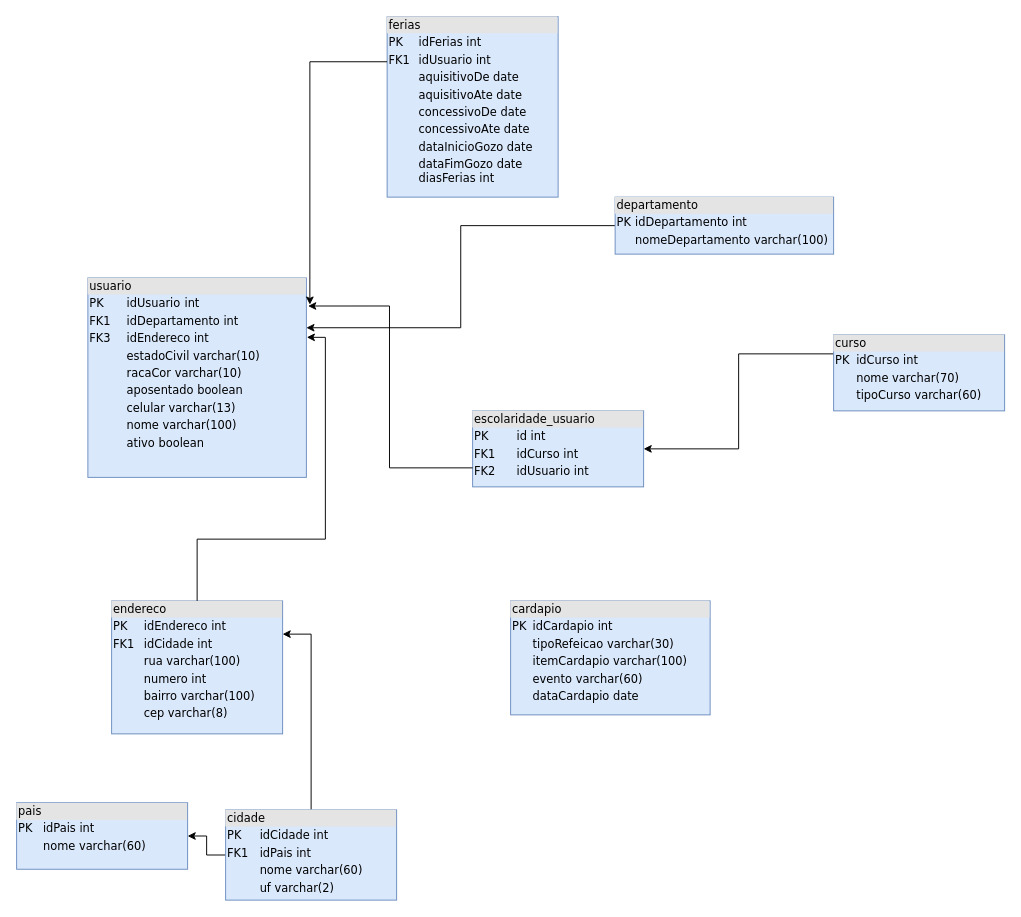
The draw.io diagram Diagrama sem nome.drawio in dominguesVini/HubGest, before the edit. Source tidied: cells renumbered, new cells numbered last; positions are measured from the earlier drawing's top-left corner, leaving out a move shared by most shapes. Both pictures are drawn from the tidied source at 95%, with x=0, y=0 at pixel (16, 16).
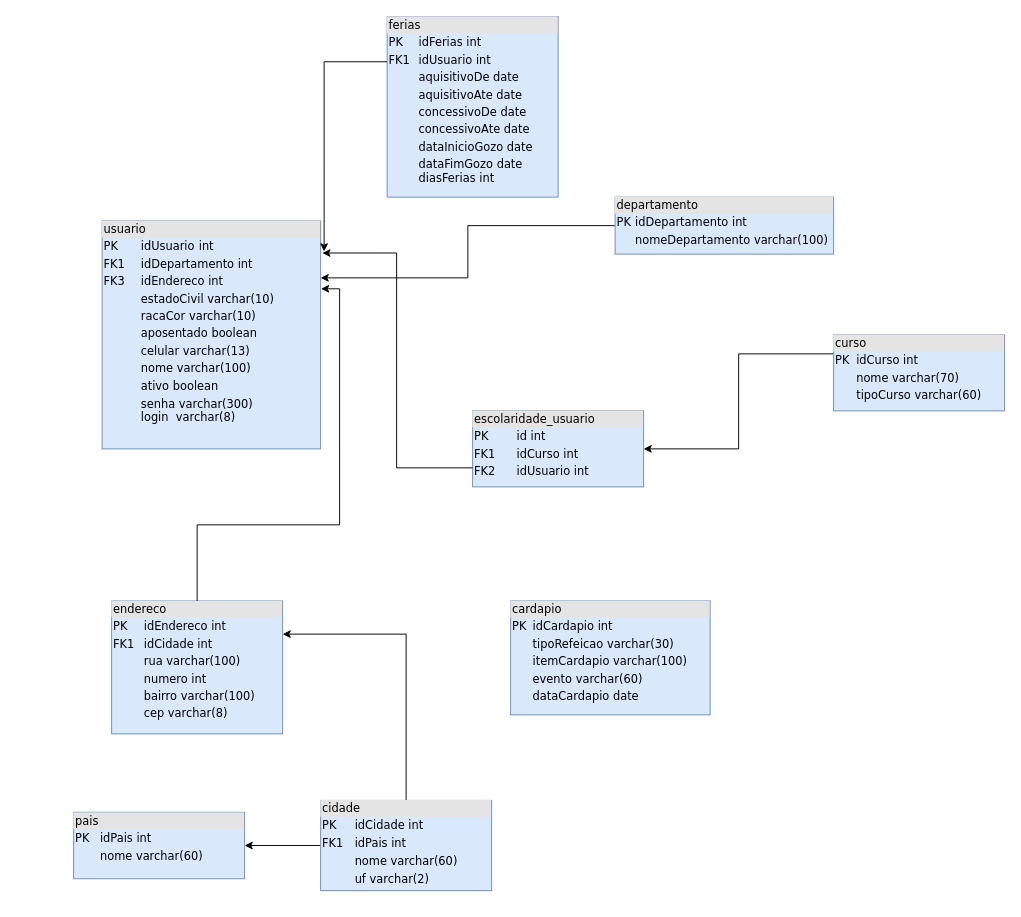
After the change.

What changed in the source:
```diff
@@
 <mxGraphModel>
   <root>
     <mxCell id="0" />
     <mxCell id="1" parent="0" />
-    <mxCell id="2" value="&lt;div style=&quot;box-sizing:border-box;width:100%;background:#e4e4e4;padding:2px;&quot;&gt;usuario&lt;/div&gt;&lt;table style=&quot;width:100%;font-size:1em;&quot; cellpadding=&quot;2&quot; cellspacing=&quot;0&quot;&gt;&lt;tbody&gt;&lt;tr&gt;&lt;td&gt;PK&lt;/td&gt;&lt;td&gt;&lt;br&gt;&lt;/td&gt;&lt;td&gt;idUsuario&lt;span style=&quot;white-space: pre;&quot;&gt;&#9;&lt;/span&gt;int&lt;/td&gt;&lt;td&gt;&lt;br&gt;&lt;/td&gt;&lt;/tr&gt;&lt;tr&gt;&lt;td&gt;FK1&lt;/td&gt;&lt;td&gt;&lt;br&gt;&lt;/td&gt;&lt;td&gt;idDepartamento int&lt;/td&gt;&lt;td&gt;&lt;br&gt;&lt;/td&gt;&lt;/tr&gt;&lt;tr&gt;&lt;td&gt;FK3&lt;/td&gt;&lt;td&gt;&lt;br&gt;&lt;/td&gt;&lt;td&gt;idEndereco int&lt;/td&gt;&lt;td&gt;&lt;br&gt;&lt;/td&gt;&lt;/tr&gt;&lt;tr&gt;&lt;td&gt;&amp;nbsp;&amp;nbsp;&lt;/td&gt;&lt;td&gt;&lt;br&gt;&lt;/td&gt;&lt;td&gt;estadoCivil varchar(10)&lt;/td&gt;&lt;td&gt;&lt;br&gt;&lt;/td&gt;&lt;/tr&gt;&lt;tr&gt;&lt;td&gt;&lt;br&gt;&lt;/td&gt;&lt;td&gt;&lt;br&gt;&lt;/td&gt;&lt;td&gt;racaCor varchar(10)&lt;/td&gt;&lt;td&gt;&lt;br&gt;&lt;/td&gt;&lt;/tr&gt;&lt;tr&gt;&lt;td&gt;&lt;br&gt;&lt;/td&gt;&lt;td&gt;&lt;br&gt;&lt;/td&gt;&lt;td&gt;aposentado boolean&lt;/td&gt;&lt;td&gt;&lt;br&gt;&lt;/td&gt;&lt;/tr&gt;&lt;tr&gt;&lt;td&gt;&lt;br&gt;&lt;/td&gt;&lt;td&gt;&lt;br&gt;&lt;/td&gt;&lt;td&gt;celular varchar(13)&lt;/td&gt;&lt;td&gt;&lt;br&gt;&lt;/td&gt;&lt;/tr&gt;&lt;tr&gt;&lt;td&gt;&lt;br&gt;&lt;/td&gt;&lt;td&gt;&lt;br&gt;&lt;/td&gt;&lt;td&gt;nome varchar(100)&lt;/td&gt;&lt;td&gt;&lt;br&gt;&lt;/td&gt;&lt;/tr&gt;&lt;tr&gt;&lt;td&gt;&lt;br&gt;&lt;/td&gt;&lt;td&gt;&lt;br&gt;&lt;/td&gt;&lt;td&gt;ativo boolean&lt;/td&gt;&lt;td&gt;&lt;br&gt;&lt;/td&gt;&lt;/tr&gt;&lt;/tbody&gt;&lt;/table&gt;" style="verticalAlign=top;align=left;overflow=fill;html=1;rounded=0;shadow=0;comic=0;labelBackgroundColor=none;strokeWidth=1;fontFamily=Verdana;fontSize=12;fillColor=#dae8fc;strokeColor=#6c8ebf;" parent="1" vertex="1">
-      <mxGeometry x="75" y="275" width="230" height="210" as="geometry" />
+    <mxCell id="2" value="&lt;div style=&quot;box-sizing:border-box;width:100%;background:#e4e4e4;padding:2px;&quot;&gt;usuario&lt;/div&gt;&lt;table style=&quot;width:100%;font-size:1em;&quot; cellpadding=&quot;2&quot; cellspacing=&quot;0&quot;&gt;&lt;tbody&gt;&lt;tr&gt;&lt;td&gt;PK&lt;/td&gt;&lt;td&gt;&lt;br&gt;&lt;/td&gt;&lt;td&gt;idUsuario&lt;span style=&quot;white-space: pre;&quot;&gt;&#9;&lt;/span&gt;int&lt;/td&gt;&lt;td&gt;&lt;br&gt;&lt;/td&gt;&lt;/tr&gt;&lt;tr&gt;&lt;td&gt;FK1&lt;/td&gt;&lt;td&gt;&lt;br&gt;&lt;/td&gt;&lt;td&gt;idDepartamento int&lt;/td&gt;&lt;td&gt;&lt;br&gt;&lt;/td&gt;&lt;/tr&gt;&lt;tr&gt;&lt;td&gt;FK3&lt;/td&gt;&lt;td&gt;&lt;br&gt;&lt;/td&gt;&lt;td&gt;idEndereco int&lt;/td&gt;&lt;td&gt;&lt;br&gt;&lt;/td&gt;&lt;/tr&gt;&lt;tr&gt;&lt;td&gt;&amp;nbsp;&amp;nbsp;&lt;/td&gt;&lt;td&gt;&lt;br&gt;&lt;/td&gt;&lt;td&gt;estadoCivil varchar(10)&lt;/td&gt;&lt;td&gt;&lt;br&gt;&lt;/td&gt;&lt;/tr&gt;&lt;tr&gt;&lt;td&gt;&lt;br&gt;&lt;/td&gt;&lt;td&gt;&lt;br&gt;&lt;/td&gt;&lt;td&gt;racaCor varchar(10)&lt;/td&gt;&lt;td&gt;&lt;br&gt;&lt;/td&gt;&lt;/tr&gt;&lt;tr&gt;&lt;td&gt;&lt;br&gt;&lt;/td&gt;&lt;td&gt;&lt;br&gt;&lt;/td&gt;&lt;td&gt;aposentado boolean&lt;/td&gt;&lt;td&gt;&lt;br&gt;&lt;/td&gt;&lt;/tr&gt;&lt;tr&gt;&lt;td&gt;&lt;br&gt;&lt;/td&gt;&lt;td&gt;&lt;br&gt;&lt;/td&gt;&lt;td&gt;celular varchar(13)&lt;/td&gt;&lt;td&gt;&lt;br&gt;&lt;/td&gt;&lt;/tr&gt;&lt;tr&gt;&lt;td&gt;&lt;br&gt;&lt;/td&gt;&lt;td&gt;&lt;br&gt;&lt;/td&gt;&lt;td&gt;nome varchar(100)&lt;/td&gt;&lt;td&gt;&lt;br&gt;&lt;/td&gt;&lt;/tr&gt;&lt;tr&gt;&lt;td&gt;&lt;br&gt;&lt;/td&gt;&lt;td&gt;&lt;br&gt;&lt;/td&gt;&lt;td&gt;ativo boolean&lt;/td&gt;&lt;td&gt;&lt;br&gt;&lt;/td&gt;&lt;/tr&gt;&lt;tr&gt;&lt;td&gt;&lt;br&gt;&lt;/td&gt;&lt;td&gt;&lt;br&gt;&lt;/td&gt;&lt;td&gt;senha varchar(300)&lt;br&gt;login&amp;nbsp; varchar(8)&lt;/td&gt;&lt;td&gt;&lt;br&gt;&lt;/td&gt;&lt;/tr&gt;&lt;tr&gt;&lt;td&gt;&lt;br&gt;&lt;/td&gt;&lt;td&gt;&lt;br&gt;&lt;/td&gt;&lt;td&gt;&lt;br&gt;&lt;/td&gt;&lt;td&gt;&lt;br&gt;&lt;/td&gt;&lt;/tr&gt;&lt;/tbody&gt;&lt;/table&gt;" style="verticalAlign=top;align=left;overflow=fill;html=1;rounded=0;shadow=0;comic=0;labelBackgroundColor=none;strokeWidth=1;fontFamily=Verdana;fontSize=12;fillColor=#dae8fc;strokeColor=#6c8ebf;" parent="1" vertex="1">
+      <mxGeometry x="90" y="215" width="230" height="240" as="geometry" />
     </mxCell>
     <mxCell id="3" value="&lt;div style=&quot;box-sizing: border-box ; width: 100% ; background: #e4e4e4 ; padding: 2px&quot;&gt;endereco&lt;/div&gt;&lt;table style=&quot;width: 100% ; font-size: 1em&quot; cellpadding=&quot;2&quot; cellspacing=&quot;0&quot;&gt;&lt;tbody&gt;&lt;tr&gt;&lt;td&gt;PK&lt;/td&gt;&lt;td&gt;idEndereco int&lt;/td&gt;&lt;/tr&gt;&lt;tr&gt;&lt;td&gt;FK1&lt;/td&gt;&lt;td&gt;idCidade int&lt;/td&gt;&lt;/tr&gt;&lt;tr&gt;&lt;td&gt;&lt;br&gt;&lt;/td&gt;&lt;td&gt;rua varchar(100)&lt;/td&gt;&lt;/tr&gt;&lt;tr&gt;&lt;td&gt;&lt;/td&gt;&lt;td&gt;numero int&lt;/td&gt;&lt;/tr&gt;&lt;tr&gt;&lt;td&gt;&lt;br&gt;&lt;/td&gt;&lt;td&gt;bairro varchar(100)&lt;br&gt;&lt;/td&gt;&lt;/tr&gt;&lt;tr&gt;&lt;td&gt;&lt;br&gt;&lt;/td&gt;&lt;td&gt;cep varchar(8)&lt;/td&gt;&lt;/tr&gt;&lt;tr&gt;&lt;td&gt;&lt;br&gt;&lt;/td&gt;&lt;td&gt;&lt;br&gt;&lt;/td&gt;&lt;/tr&gt;&lt;/tbody&gt;&lt;/table&gt;" style="verticalAlign=top;align=left;overflow=fill;html=1;rounded=0;shadow=0;comic=0;labelBackgroundColor=none;strokeWidth=1;fontFamily=Verdana;fontSize=12;fillColor=#dae8fc;strokeColor=#6c8ebf;" parent="1" vertex="1">
       <mxGeometry x="100" y="615" width="180" height="140" as="geometry" />
     </mxCell>
     <mxCell id="4" style="edgeStyle=orthogonalEdgeStyle;rounded=0;jettySize=auto;html=1;exitX=0;exitY=0.5;exitDx=0;exitDy=0;entryX=1;entryY=0.25;entryDx=0;entryDy=0;" parent="1" edge="1" source="5" target="2">
       <mxGeometry relative="1" as="geometry" />
     </mxCell>
     <mxCell id="5" value="&lt;div style=&quot;box-sizing: border-box ; width: 100% ; background: #e4e4e4 ; padding: 2px&quot;&gt;departamento&lt;/div&gt;&lt;table style=&quot;width: 100% ; font-size: 1em&quot; cellpadding=&quot;2&quot; cellspacing=&quot;0&quot;&gt;&lt;tbody&gt;&lt;tr&gt;&lt;td&gt;PK&lt;/td&gt;&lt;td&gt;idDepartamento int&lt;/td&gt;&lt;/tr&gt;&lt;tr&gt;&lt;td&gt;&lt;br&gt;&lt;/td&gt;&lt;td&gt;nomeDepartamento varchar(100)&lt;br&gt;&lt;/td&gt;&lt;/tr&gt;&lt;/tbody&gt;&lt;/table&gt;" style="verticalAlign=top;align=left;overflow=fill;html=1;rounded=0;shadow=0;comic=0;labelBackgroundColor=none;strokeWidth=1;fontFamily=Verdana;fontSize=12;fillColor=#dae8fc;strokeColor=#6c8ebf;" parent="1" vertex="1">
       <mxGeometry x="630" y="190" width="230" height="60" as="geometry" />
     </mxCell>
     <mxCell id="6" value="&lt;div style=&quot;box-sizing: border-box ; width: 100% ; background: #e4e4e4 ; padding: 2px&quot;&gt;ferias&lt;/div&gt;&lt;table style=&quot;width: 100% ; font-size: 1em&quot; cellpadding=&quot;2&quot; cellspacing=&quot;0&quot;&gt;&lt;tbody&gt;&lt;tr&gt;&lt;td&gt;PK&lt;/td&gt;&lt;td&gt;idFerias int&lt;/td&gt;&lt;/tr&gt;&lt;tr&gt;&lt;td&gt;FK1&lt;/td&gt;&lt;td&gt;idUsuario int&lt;/td&gt;&lt;/tr&gt;&lt;tr&gt;&lt;td&gt;&lt;/td&gt;&lt;td&gt;aquisitivoDe date&lt;/td&gt;&lt;/tr&gt;&lt;tr&gt;&lt;td&gt;&lt;br&gt;&lt;/td&gt;&lt;td&gt;aquisitivoAte date&lt;br&gt;&lt;/td&gt;&lt;/tr&gt;&lt;tr&gt;&lt;td&gt;&lt;br&gt;&lt;/td&gt;&lt;td&gt;concessivoDe date&lt;br&gt;&lt;/td&gt;&lt;/tr&gt;&lt;tr&gt;&lt;td&gt;&lt;br&gt;&lt;/td&gt;&lt;td&gt;concessivoAte date&lt;/td&gt;&lt;/tr&gt;&lt;tr&gt;&lt;td&gt;&lt;br&gt;&lt;/td&gt;&lt;td&gt;dataInicioGozo date&lt;/td&gt;&lt;/tr&gt;&lt;tr&gt;&lt;td&gt;&lt;br&gt;&lt;/td&gt;&lt;td&gt;dataFimGozo date&lt;br&gt;diasFerias int&lt;/td&gt;&lt;/tr&gt;&lt;/tbody&gt;&lt;/table&gt;" style="verticalAlign=top;align=left;overflow=fill;html=1;rounded=0;shadow=0;comic=0;labelBackgroundColor=none;strokeWidth=1;fontFamily=Verdana;fontSize=12;fillColor=#dae8fc;strokeColor=#6c8ebf;" parent="1" vertex="1">
       <mxGeometry x="390" width="180" height="190" as="geometry" />
     </mxCell>
     <mxCell id="7" style="edgeStyle=orthogonalEdgeStyle;rounded=0;jettySize=auto;html=1;exitX=0.5;exitY=0;exitDx=0;exitDy=0;entryX=1;entryY=0.25;entryDx=0;entryDy=0;" parent="1" edge="1" source="9" target="3">
       <mxGeometry relative="1" as="geometry" />
     </mxCell>
     <mxCell id="8" style="edgeStyle=orthogonalEdgeStyle;rounded=0;jettySize=auto;html=1;exitX=0;exitY=0.5;exitDx=0;exitDy=0;" parent="1" edge="1" source="9" target="10">
       <mxGeometry relative="1" as="geometry" />
     </mxCell>
     <mxCell id="9" value="&lt;div style=&quot;box-sizing: border-box ; width: 100% ; background: #e4e4e4 ; padding: 2px&quot;&gt;cidade&lt;/div&gt;&lt;table style=&quot;width: 100% ; font-size: 1em&quot; cellpadding=&quot;2&quot; cellspacing=&quot;0&quot;&gt;&lt;tbody&gt;&lt;tr&gt;&lt;td&gt;PK&lt;/td&gt;&lt;td&gt;idCidade int&lt;/td&gt;&lt;/tr&gt;&lt;tr&gt;&lt;td&gt;FK1&lt;/td&gt;&lt;td&gt;idPais int&lt;/td&gt;&lt;/tr&gt;&lt;tr&gt;&lt;td&gt;&lt;/td&gt;&lt;td&gt;nome varchar(60)&lt;/td&gt;&lt;/tr&gt;&lt;tr&gt;&lt;td&gt;&lt;br&gt;&lt;/td&gt;&lt;td&gt;uf varchar(2)&lt;/td&gt;&lt;/tr&gt;&lt;/tbody&gt;&lt;/table&gt;" style="verticalAlign=top;align=left;overflow=fill;html=1;rounded=0;shadow=0;comic=0;labelBackgroundColor=none;strokeWidth=1;fontFamily=Verdana;fontSize=12;fillColor=#dae8fc;strokeColor=#6c8ebf;" parent="1" vertex="1">
-      <mxGeometry x="220" y="835" width="180" height="95" as="geometry" />
+      <mxGeometry x="320" y="825" width="180" height="95" as="geometry" />
     </mxCell>
     <mxCell id="10" value="&lt;div style=&quot;box-sizing: border-box ; width: 100% ; background: #e4e4e4 ; padding: 2px&quot;&gt;pais&lt;/div&gt;&lt;table style=&quot;width: 100% ; font-size: 1em&quot; cellpadding=&quot;2&quot; cellspacing=&quot;0&quot;&gt;&lt;tbody&gt;&lt;tr&gt;&lt;td&gt;PK&lt;/td&gt;&lt;td&gt;idPais int&lt;/td&gt;&lt;/tr&gt;&lt;tr&gt;&lt;td&gt;&lt;/td&gt;&lt;td&gt;nome varchar(60)&lt;/td&gt;&lt;/tr&gt;&lt;/tbody&gt;&lt;/table&gt;" style="verticalAlign=top;align=left;overflow=fill;html=1;rounded=0;shadow=0;comic=0;labelBackgroundColor=none;strokeWidth=1;fontFamily=Verdana;fontSize=12;fillColor=#dae8fc;strokeColor=#6c8ebf;" parent="1" vertex="1">
-      <mxGeometry y="827.5" width="180" height="70" as="geometry" />
+      <mxGeometry x="60" y="837.5" width="180" height="70" as="geometry" />
     </mxCell>
     <mxCell id="11" style="edgeStyle=orthogonalEdgeStyle;rounded=0;jettySize=auto;html=1;exitX=0;exitY=0.25;exitDx=0;exitDy=0;entryX=1;entryY=0.5;entryDx=0;entryDy=0;" parent="1" edge="1" source="12" target="16">
       <mxGeometry relative="1" as="geometry" />
     </mxCell>
     <mxCell id="12" value="&lt;div style=&quot;box-sizing: border-box ; width: 100% ; background: #e4e4e4 ; padding: 2px&quot;&gt;curso&lt;/div&gt;&lt;table style=&quot;width: 100% ; font-size: 1em&quot; cellpadding=&quot;2&quot; cellspacing=&quot;0&quot;&gt;&lt;tbody&gt;&lt;tr&gt;&lt;td&gt;PK&lt;/td&gt;&lt;td&gt;idCurso int&lt;/td&gt;&lt;/tr&gt;&lt;tr&gt;&lt;td&gt;&lt;br&gt;&lt;/td&gt;&lt;td&gt;nome varchar(70)&lt;/td&gt;&lt;/tr&gt;&lt;tr&gt;&lt;td&gt;&lt;br&gt;&lt;/td&gt;&lt;td&gt;tipoCurso varchar(60)&lt;/td&gt;&lt;/tr&gt;&lt;/tbody&gt;&lt;/table&gt;" style="verticalAlign=top;align=left;overflow=fill;html=1;rounded=0;shadow=0;comic=0;labelBackgroundColor=none;strokeWidth=1;fontFamily=Verdana;fontSize=12;fillColor=#dae8fc;strokeColor=#6c8ebf;" parent="1" vertex="1">
       <mxGeometry x="860" y="335" width="180" height="80" as="geometry" />
     </mxCell>
     <mxCell id="13" value="&lt;div style=&quot;box-sizing:border-box;width:100%;background:#e4e4e4;padding:2px;&quot;&gt;cardapio&lt;/div&gt;&lt;table style=&quot;width:100%;font-size:1em;&quot; cellpadding=&quot;2&quot; cellspacing=&quot;0&quot;&gt;&lt;tbody&gt;&lt;tr&gt;&lt;td&gt;PK&lt;/td&gt;&lt;td&gt;idCardapio int&lt;/td&gt;&lt;/tr&gt;&lt;tr&gt;&lt;td&gt;&lt;br&gt;&lt;/td&gt;&lt;td&gt;tipoRefeicao varchar(30)&lt;/td&gt;&lt;/tr&gt;&lt;tr&gt;&lt;td&gt;&lt;/td&gt;&lt;td&gt;itemCardapio varchar(100)&lt;/td&gt;&lt;/tr&gt;&lt;tr&gt;&lt;td&gt;&lt;br&gt;&lt;/td&gt;&lt;td&gt;evento varchar(60)&lt;/td&gt;&lt;/tr&gt;&lt;tr&gt;&lt;td&gt;&lt;br&gt;&lt;/td&gt;&lt;td&gt;dataCardapio date&lt;/td&gt;&lt;/tr&gt;&lt;/tbody&gt;&lt;/table&gt;" style="verticalAlign=top;align=left;overflow=fill;html=1;rounded=0;shadow=0;comic=0;labelBackgroundColor=none;strokeWidth=1;fontFamily=Verdana;fontSize=12;fillColor=#dae8fc;strokeColor=#6c8ebf;" parent="1" vertex="1">
       <mxGeometry x="520" y="615" width="210" height="120" as="geometry" />
     </mxCell>
     <mxCell id="14" style="edgeStyle=orthogonalEdgeStyle;rounded=0;orthogonalLoop=1;jettySize=auto;html=1;exitX=0.5;exitY=1;exitDx=0;exitDy=0;" parent="1" edge="1" source="6" target="6">
       <mxGeometry relative="1" as="geometry" />
     </mxCell>
     <mxCell id="15" style="edgeStyle=orthogonalEdgeStyle;rounded=0;jettySize=auto;html=1;exitX=0;exitY=0.25;exitDx=0;exitDy=0;entryX=1.016;entryY=0.134;entryDx=0;entryDy=0;entryPerimeter=0;" parent="1" edge="1" source="6" target="2">
       <mxGeometry relative="1" as="geometry" />
     </mxCell>
     <mxCell id="16" value="&lt;div style=&quot;box-sizing: border-box ; width: 100% ; background: #e4e4e4 ; padding: 2px&quot;&gt;escolaridade_usuario&lt;/div&gt;&lt;table style=&quot;width: 100% ; font-size: 1em&quot; cellpadding=&quot;2&quot; cellspacing=&quot;0&quot;&gt;&lt;tbody&gt;&lt;tr&gt;&lt;td&gt;PK&lt;/td&gt;&lt;td&gt;id int&lt;/td&gt;&lt;/tr&gt;&lt;tr&gt;&lt;td&gt;FK1&lt;/td&gt;&lt;td&gt;idCurso int&lt;/td&gt;&lt;/tr&gt;&lt;tr&gt;&lt;td&gt;FK2&lt;/td&gt;&lt;td&gt;idUsuario int&lt;/td&gt;&lt;/tr&gt;&lt;/tbody&gt;&lt;/table&gt;" style="verticalAlign=top;align=left;overflow=fill;html=1;rounded=0;shadow=0;comic=0;labelBackgroundColor=none;strokeWidth=1;fontFamily=Verdana;fontSize=12;fillColor=#dae8fc;strokeColor=#6c8ebf;" parent="1" vertex="1">
       <mxGeometry x="480" y="415" width="180" height="80" as="geometry" />
     </mxCell>
     <mxCell id="17" style="edgeStyle=orthogonalEdgeStyle;rounded=0;jettySize=auto;html=1;exitX=0;exitY=0.75;exitDx=0;exitDy=0;entryX=1.008;entryY=0.141;entryDx=0;entryDy=0;entryPerimeter=0;" parent="1" edge="1" source="16" target="2">
       <mxGeometry relative="1" as="geometry" />
     </mxCell>
     <mxCell id="18" style="edgeStyle=orthogonalEdgeStyle;rounded=0;jettySize=auto;html=1;exitX=0.5;exitY=0;exitDx=0;exitDy=0;entryX=1.002;entryY=0.298;entryDx=0;entryDy=0;entryPerimeter=0;" parent="1" edge="1" source="3" target="2">
       <mxGeometry relative="1" as="geometry" />
     </mxCell>
   </root>
 </mxGraphModel>
```
